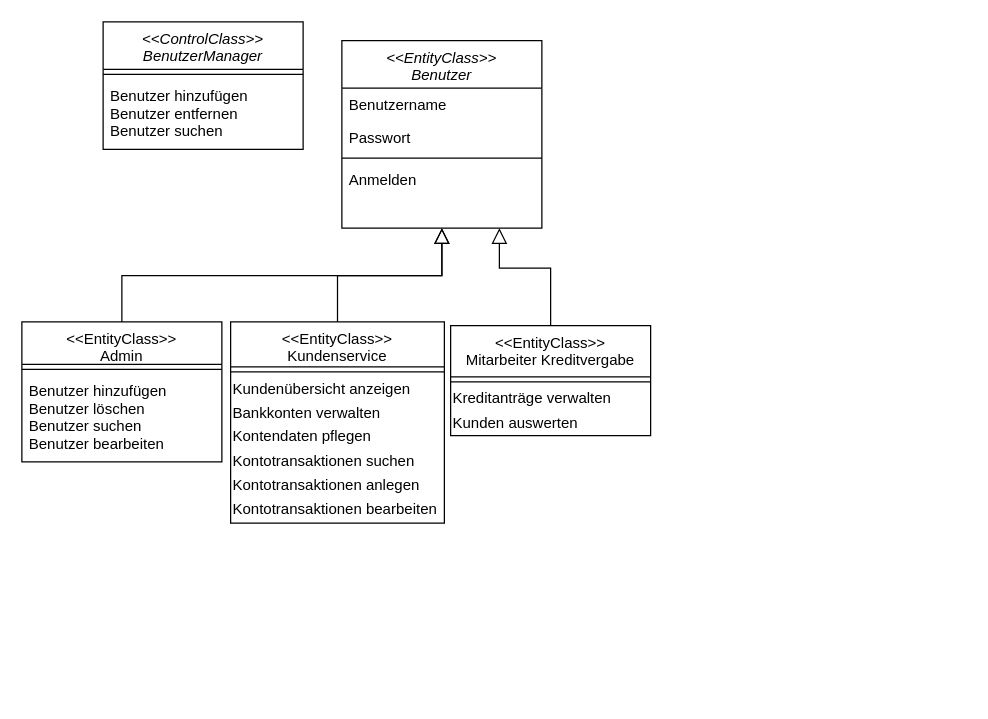
The draw.io diagram page "Technischer Entwurf" (5 of 5) of Datenmodell.drawio in JaSc2912/VerteilteAnwendungen, before the edit. Source tidied: cells renumbered, new cells numbered last; positions are measured from the earlier drawing's top-left corner, leaving out a move shared by most shapes. Both pictures are drawn from the tidied source at 125%, with x=0, y=0 at pixel (21, 21).
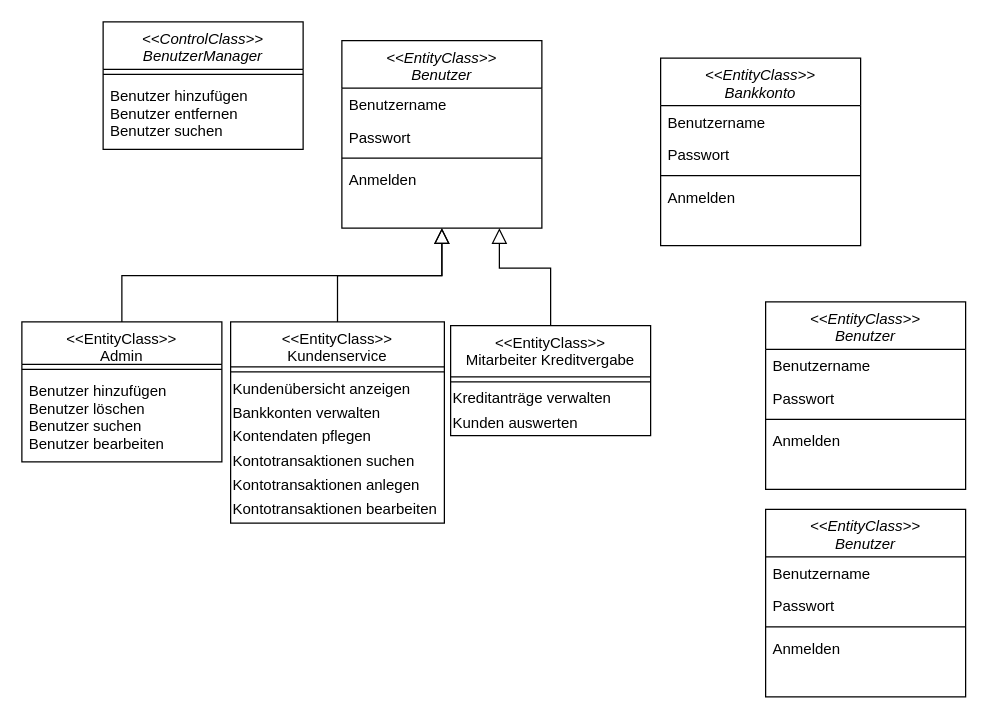
Above is the later version.

The edit, as a diff of the source:
```diff
@@
+    <mxCell id="22" value="&lt;&lt;EntityClass&gt;&gt;&#10;Bankkonto" style="swimlane;fontStyle=2;align=center;verticalAlign=top;horizontal=1;startSize=38;rounded=0;shadow=0;strokeWidth=1;" parent="1" vertex="1">
+      <mxGeometry x="511" y="29" width="160" height="150" as="geometry" />
+    </mxCell>
+    <mxCell id="23" value="Benutzername" style="text;align=left;verticalAlign=top;spacingLeft=4;spacingRight=4;overflow=hidden;" parent="22" vertex="1">
+      <mxGeometry y="38" width="160" height="26" as="geometry" />
+    </mxCell>
+    <mxCell id="24" value="Passwort" style="text;align=left;verticalAlign=top;spacingLeft=4;spacingRight=4;overflow=hidden;rounded=0;shadow=0;html=0;" parent="22" vertex="1">
+      <mxGeometry y="64" width="160" height="26" as="geometry" />
+    </mxCell>
+    <mxCell id="25" style="line;html=1;strokeWidth=1;align=left;verticalAlign=middle;spacingTop=-1;spacingLeft=3;spacingRight=3;labelPosition=right;" parent="22" vertex="1">
+      <mxGeometry y="90" width="160" height="8" as="geometry" />
+    </mxCell>
+    <mxCell id="26" value="Anmelden" style="text;align=left;verticalAlign=top;spacingLeft=4;spacingRight=4;overflow=hidden;" parent="22" vertex="1">
+      <mxGeometry y="98" width="160" height="26" as="geometry" />
+    </mxCell>
+    <mxCell id="27" value="&lt;&lt;EntityClass&gt;&gt;&#10;Benutzer" style="swimlane;fontStyle=2;align=center;verticalAlign=top;horizontal=1;startSize=38;rounded=0;shadow=0;strokeWidth=1;" parent="1" vertex="1">
+      <mxGeometry x="595" y="224" width="160" height="150" as="geometry" />
+    </mxCell>
+    <mxCell id="28" value="Benutzername" style="text;align=left;verticalAlign=top;spacingLeft=4;spacingRight=4;overflow=hidden;" parent="27" vertex="1">
+      <mxGeometry y="38" width="160" height="26" as="geometry" />
+    </mxCell>
+    <mxCell id="29" value="Passwort" style="text;align=left;verticalAlign=top;spacingLeft=4;spacingRight=4;overflow=hidden;rounded=0;shadow=0;html=0;" parent="27" vertex="1">
+      <mxGeometry y="64" width="160" height="26" as="geometry" />
+    </mxCell>
+    <mxCell id="30" style="line;html=1;strokeWidth=1;align=left;verticalAlign=middle;spacingTop=-1;spacingLeft=3;spacingRight=3;labelPosition=right;" parent="27" vertex="1">
+      <mxGeometry y="90" width="160" height="8" as="geometry" />
+    </mxCell>
+    <mxCell id="31" value="Anmelden" style="text;align=left;verticalAlign=top;spacingLeft=4;spacingRight=4;overflow=hidden;" parent="27" vertex="1">
+      <mxGeometry y="98" width="160" height="26" as="geometry" />
+    </mxCell>
+    <mxCell id="32" value="&lt;&lt;EntityClass&gt;&gt;&#10;Benutzer" style="swimlane;fontStyle=2;align=center;verticalAlign=top;horizontal=1;startSize=38;rounded=0;shadow=0;strokeWidth=1;" parent="1" vertex="1">
+      <mxGeometry x="595" y="390" width="160" height="150" as="geometry" />
+    </mxCell>
+    <mxCell id="33" value="Benutzername" style="text;align=left;verticalAlign=top;spacingLeft=4;spacingRight=4;overflow=hidden;" parent="32" vertex="1">
+      <mxGeometry y="38" width="160" height="26" as="geometry" />
+    </mxCell>
+    <mxCell id="34" value="Passwort" style="text;align=left;verticalAlign=top;spacingLeft=4;spacingRight=4;overflow=hidden;rounded=0;shadow=0;html=0;" parent="32" vertex="1">
+      <mxGeometry y="64" width="160" height="26" as="geometry" />
+    </mxCell>
+    <mxCell id="35" style="line;html=1;strokeWidth=1;align=left;verticalAlign=middle;spacingTop=-1;spacingLeft=3;spacingRight=3;labelPosition=right;" parent="32" vertex="1">
+      <mxGeometry y="90" width="160" height="8" as="geometry" />
+    </mxCell>
+    <mxCell id="36" value="Anmelden" style="text;align=left;verticalAlign=top;spacingLeft=4;spacingRight=4;overflow=hidden;" parent="32" vertex="1">
+      <mxGeometry y="98" width="160" height="26" as="geometry" />
+    </mxCell>
```
